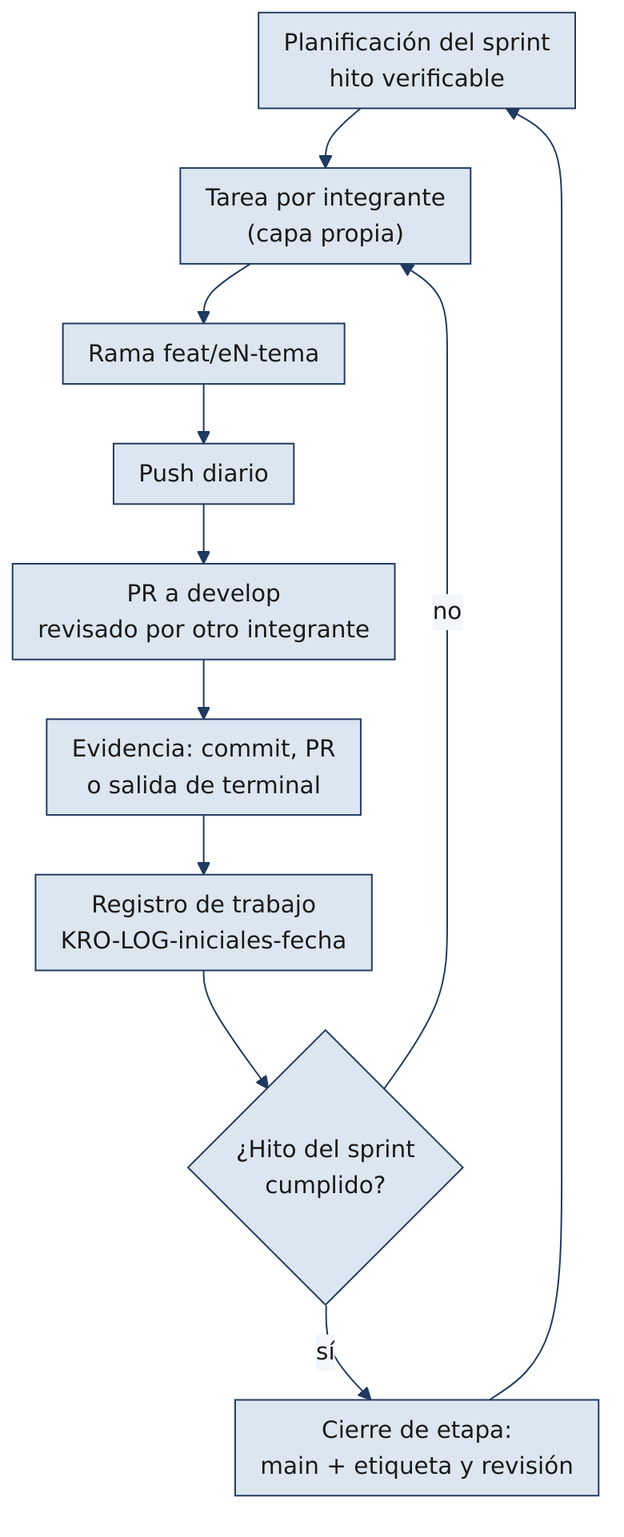
Before: docs/diagramas/03_ciclo_trabajo.png, a diagram exported from Mermaid (soaria186/kronos-ai). Its source is kept beside it as docs/diagramas/03_ciclo_trabajo.mmd. The source it was exported from:
```mermaid
flowchart TB
    P["Planificación del sprint<br/>hito verificable"] --> T["Tarea por integrante<br/>(capa propia)"]
    T --> R["Rama feat/eN-tema"]
    R --> D["Push diario"]
    D --> PR["PR a develop<br/>revisado por otro integrante"]
    PR --> E["Evidencia: commit, PR<br/>o salida de terminal"]
    E --> L["Registro de trabajo<br/>KRO-LOG-iniciales-fecha"]
    L --> H{"¿Hito del sprint<br/>cumplido?"}
    H -- "no" --> T
    H -- "sí" --> M["Cierre de etapa:<br/>main + etiqueta y revisión"]
    M --> P
```
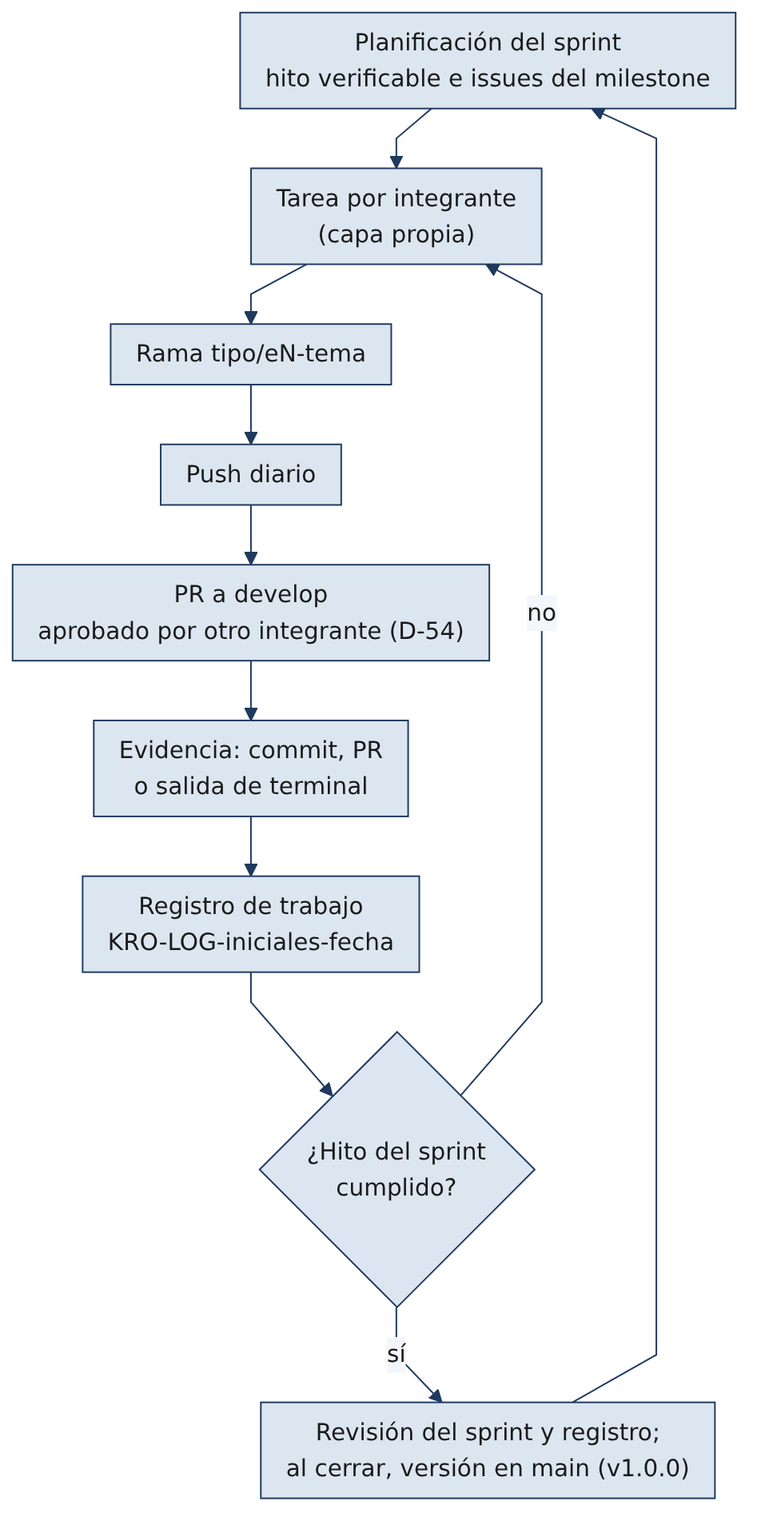
Above is the later version.

Change to the diagram source:
```diff
@@ -1,11 +1,11 @@
 flowchart TB
-    P["Planificación del sprint<br/>hito verificable"] --> T["Tarea por integrante<br/>(capa propia)"]
-    T --> R["Rama feat/eN-tema"]
+    P["Planificación del sprint<br/>hito verificable e issues del milestone"] --> T["Tarea por integrante<br/>(capa propia)"]
+    T --> R["Rama tipo/eN-tema"]
     R --> D["Push diario"]
-    D --> PR["PR a develop<br/>revisado por otro integrante"]
+    D --> PR["PR a develop<br/>aprobado por otro integrante (D-54)"]
     PR --> E["Evidencia: commit, PR<br/>o salida de terminal"]
     E --> L["Registro de trabajo<br/>KRO-LOG-iniciales-fecha"]
     L --> H{"¿Hito del sprint<br/>cumplido?"}
     H -- "no" --> T
-    H -- "sí" --> M["Cierre de etapa:<br/>main + etiqueta y revisión"]
+    H -- "sí" --> M["Revisión del sprint y registro;<br/>al cerrar, versión en main (v1.0.0)"]
     M --> P
```
